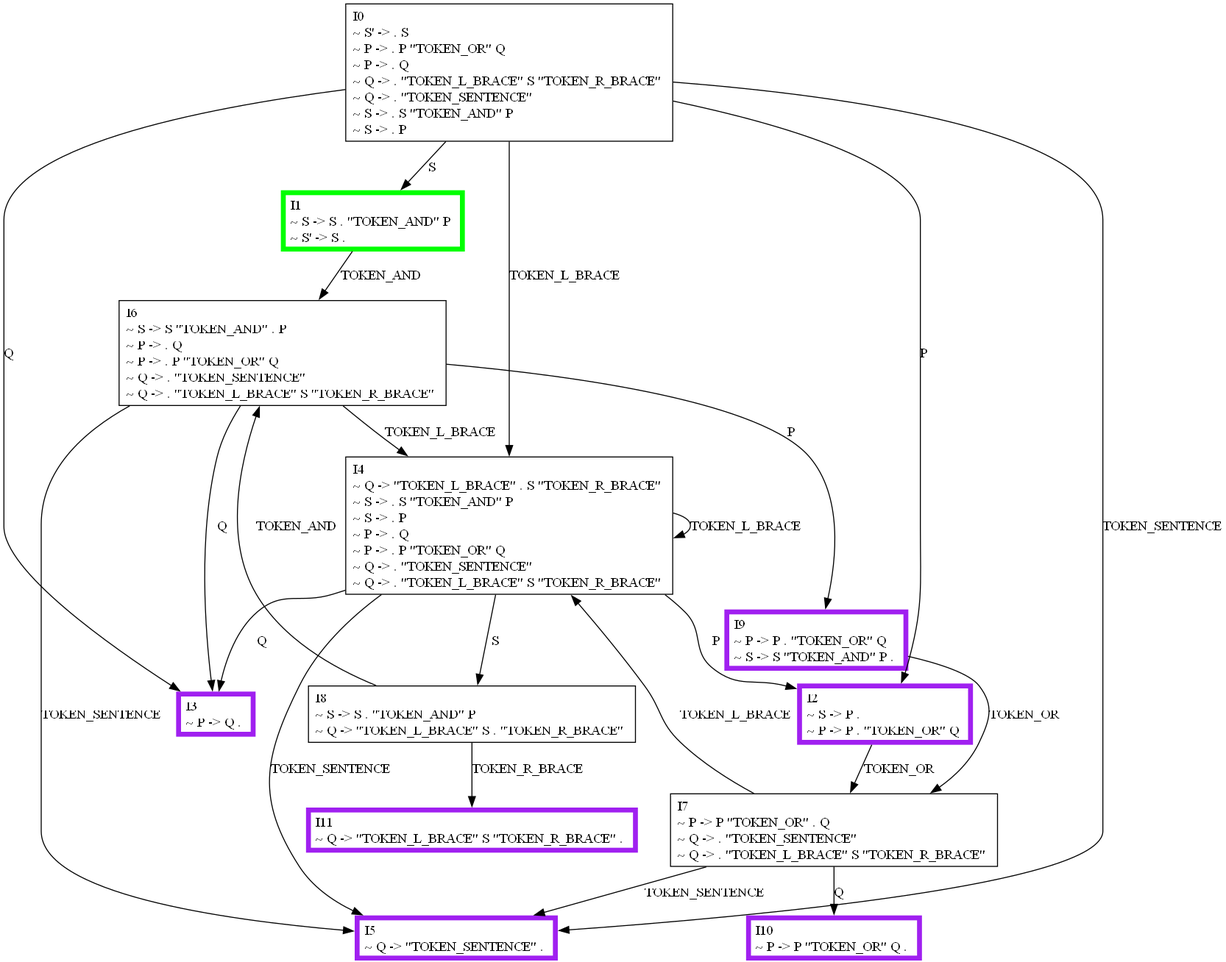
This is graph/slr.png from MarchMol/syntax_analyzer, a Graphviz export, as it was before one commit. Its source is kept beside it as graph/slr.dot.
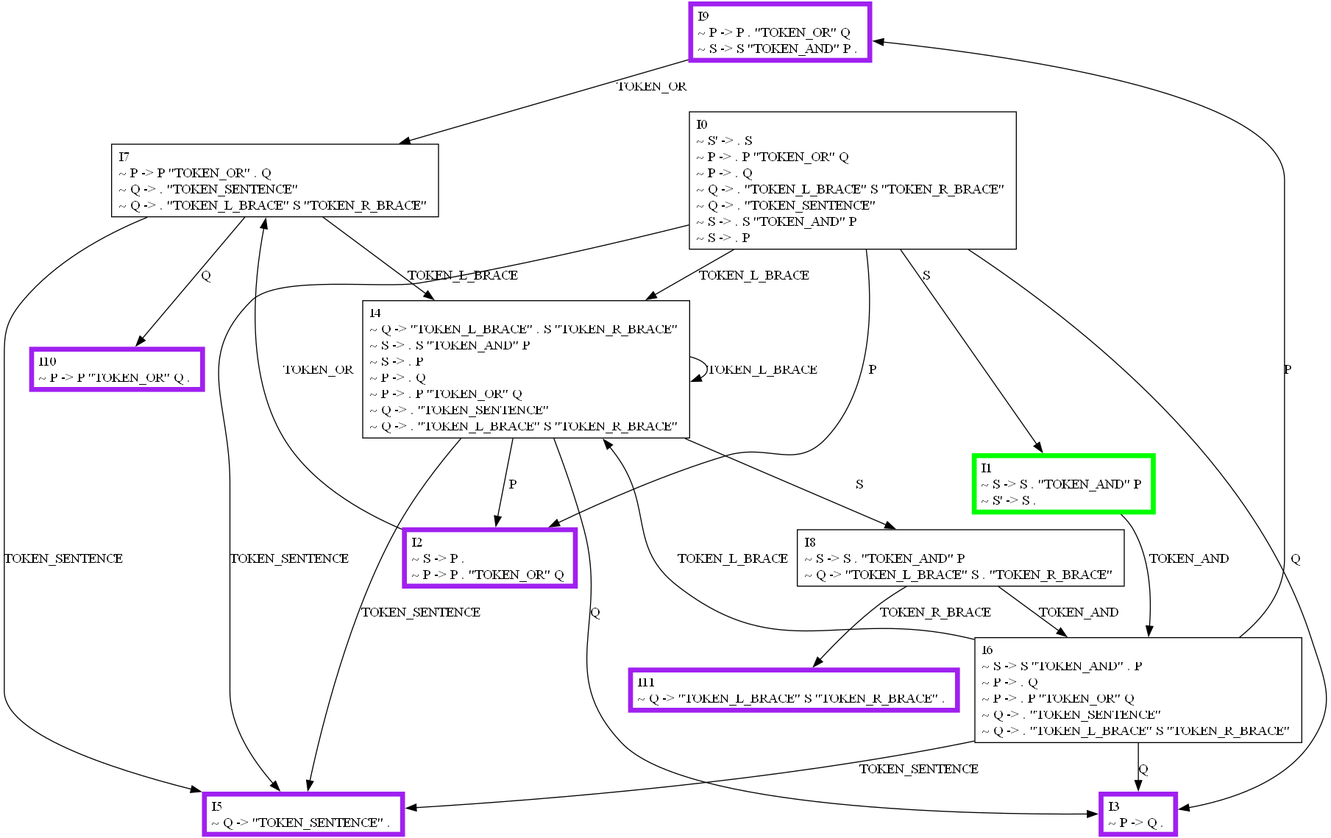
Later version of the same file.

Diff of the diagram source:
```diff
@@ -1,36 +1,36 @@
 digraph {
-    0 [ label = "I6\l~ S -> S \"TOKEN_AND\" . P \l~ P -> . Q \l~ P -> . P \"TOKEN_OR\" Q \l~ Q -> . \"TOKEN_SENTENCE\" \l~ Q -> . \"TOKEN_L_BRACE\" S \"TOKEN_R_BRACE\" \l" shape=box]
+    0 [ label = "I9\l~ P -> P . \"TOKEN_OR\" Q \l~ S -> S \"TOKEN_AND\" P . \l" shape=box, color=purple, penwidth=5]
     1 [ label = "I8\l~ S -> S . \"TOKEN_AND\" P \l~ Q -> \"TOKEN_L_BRACE\" S . \"TOKEN_R_BRACE\" \l" shape=box]
-    2 [ label = "I0\l~ S' -> . S \l~ P -> . P \"TOKEN_OR\" Q \l~ P -> . Q \l~ Q -> . \"TOKEN_L_BRACE\" S \"TOKEN_R_BRACE\" \l~ Q -> . \"TOKEN_SENTENCE\" \l~ S -> . S \"TOKEN_AND\" P \l~ S -> . P \l" shape=box]
-    3 [ label = "I4\l~ Q -> \"TOKEN_L_BRACE\" . S \"TOKEN_R_BRACE\" \l~ S -> . S \"TOKEN_AND\" P \l~ S -> . P \l~ P -> . Q \l~ P -> . P \"TOKEN_OR\" Q \l~ Q -> . \"TOKEN_SENTENCE\" \l~ Q -> . \"TOKEN_L_BRACE\" S \"TOKEN_R_BRACE\" \l" shape=box]
+    2 [ label = "I7\l~ P -> P \"TOKEN_OR\" . Q \l~ Q -> . \"TOKEN_SENTENCE\" \l~ Q -> . \"TOKEN_L_BRACE\" S \"TOKEN_R_BRACE\" \l" shape=box]
+    3 [ label = "I6\l~ S -> S \"TOKEN_AND\" . P \l~ P -> . Q \l~ P -> . P \"TOKEN_OR\" Q \l~ Q -> . \"TOKEN_SENTENCE\" \l~ Q -> . \"TOKEN_L_BRACE\" S \"TOKEN_R_BRACE\" \l" shape=box]
     4 [ label = "I2\l~ S -> P . \l~ P -> P . \"TOKEN_OR\" Q \l" shape=box, color=purple, penwidth=5]
-    5 [ label = "I9\l~ P -> P . \"TOKEN_OR\" Q \l~ S -> S \"TOKEN_AND\" P . \l" shape=box, color=purple, penwidth=5]
-    6 [ label = "I7\l~ P -> P \"TOKEN_OR\" . Q \l~ Q -> . \"TOKEN_SENTENCE\" \l~ Q -> . \"TOKEN_L_BRACE\" S \"TOKEN_R_BRACE\" \l" shape=box]
-    7 [ label = "I1\l~ S -> S . \"TOKEN_AND\" P \l~ S' -> S . \l" shape=box, color=green, penwidth=5]
-    8 [ label = "I3\l~ P -> Q . \l" shape=box, color=purple, penwidth=5]
-    9 [ label = "I5\l~ Q -> \"TOKEN_SENTENCE\" . \l" shape=box, color=purple, penwidth=5]
-    10 [ label = "I11\l~ Q -> \"TOKEN_L_BRACE\" S \"TOKEN_R_BRACE\" . \l" shape=box, color=purple, penwidth=5]
-    11 [ label = "I10\l~ P -> P \"TOKEN_OR\" Q . \l" shape=box, color=purple, penwidth=5]
-    0 -> 3 [ label = "TOKEN_L_BRACE" ]
-    0 -> 8 [ label = "Q" ]
-    0 -> 5 [ label = "P" ]
-    0 -> 9 [ label = "TOKEN_SENTENCE" ]
-    1 -> 10 [ label = "TOKEN_R_BRACE" ]
-    1 -> 0 [ label = "TOKEN_AND" ]
-    2 -> 3 [ label = "TOKEN_L_BRACE" ]
-    2 -> 4 [ label = "P" ]
-    2 -> 8 [ label = "Q" ]
-    2 -> 9 [ label = "TOKEN_SENTENCE" ]
-    2 -> 7 [ label = "S" ]
-    3 -> 1 [ label = "S" ]
-    3 -> 8 [ label = "Q" ]
-    3 -> 4 [ label = "P" ]
-    3 -> 9 [ label = "TOKEN_SENTENCE" ]
-    3 -> 3 [ label = "TOKEN_L_BRACE" ]
-    4 -> 6 [ label = "TOKEN_OR" ]
-    5 -> 6 [ label = "TOKEN_OR" ]
-    6 -> 3 [ label = "TOKEN_L_BRACE" ]
-    6 -> 11 [ label = "Q" ]
-    6 -> 9 [ label = "TOKEN_SENTENCE" ]
-    7 -> 0 [ label = "TOKEN_AND" ]
+    5 [ label = "I4\l~ Q -> \"TOKEN_L_BRACE\" . S \"TOKEN_R_BRACE\" \l~ S -> . S \"TOKEN_AND\" P \l~ S -> . P \l~ P -> . Q \l~ P -> . P \"TOKEN_OR\" Q \l~ Q -> . \"TOKEN_SENTENCE\" \l~ Q -> . \"TOKEN_L_BRACE\" S \"TOKEN_R_BRACE\" \l" shape=box]
+    6 [ label = "I1\l~ S -> S . \"TOKEN_AND\" P \l~ S' -> S . \l" shape=box, color=green, penwidth=5]
+    7 [ label = "I0\l~ S' -> . S \l~ P -> . P \"TOKEN_OR\" Q \l~ P -> . Q \l~ Q -> . \"TOKEN_L_BRACE\" S \"TOKEN_R_BRACE\" \l~ Q -> . \"TOKEN_SENTENCE\" \l~ S -> . S \"TOKEN_AND\" P \l~ S -> . P \l" shape=box]
+    8 [ label = "I11\l~ Q -> \"TOKEN_L_BRACE\" S \"TOKEN_R_BRACE\" . \l" shape=box, color=purple, penwidth=5]
+    9 [ label = "I10\l~ P -> P \"TOKEN_OR\" Q . \l" shape=box, color=purple, penwidth=5]
+    10 [ label = "I5\l~ Q -> \"TOKEN_SENTENCE\" . \l" shape=box, color=purple, penwidth=5]
+    11 [ label = "I3\l~ P -> Q . \l" shape=box, color=purple, penwidth=5]
+    0 -> 2 [ label = "TOKEN_OR" ]
+    1 -> 8 [ label = "TOKEN_R_BRACE" ]
+    1 -> 3 [ label = "TOKEN_AND" ]
+    2 -> 5 [ label = "TOKEN_L_BRACE" ]
+    2 -> 9 [ label = "Q" ]
+    2 -> 10 [ label = "TOKEN_SENTENCE" ]
+    3 -> 5 [ label = "TOKEN_L_BRACE" ]
+    3 -> 10 [ label = "TOKEN_SENTENCE" ]
+    3 -> 0 [ label = "P" ]
+    3 -> 11 [ label = "Q" ]
+    4 -> 2 [ label = "TOKEN_OR" ]
+    5 -> 10 [ label = "TOKEN_SENTENCE" ]
+    5 -> 5 [ label = "TOKEN_L_BRACE" ]
+    5 -> 4 [ label = "P" ]
+    5 -> 1 [ label = "S" ]
+    5 -> 11 [ label = "Q" ]
+    6 -> 3 [ label = "TOKEN_AND" ]
+    7 -> 11 [ label = "Q" ]
+    7 -> 6 [ label = "S" ]
+    7 -> 10 [ label = "TOKEN_SENTENCE" ]
+    7 -> 4 [ label = "P" ]
+    7 -> 5 [ label = "TOKEN_L_BRACE" ]
 }
```
